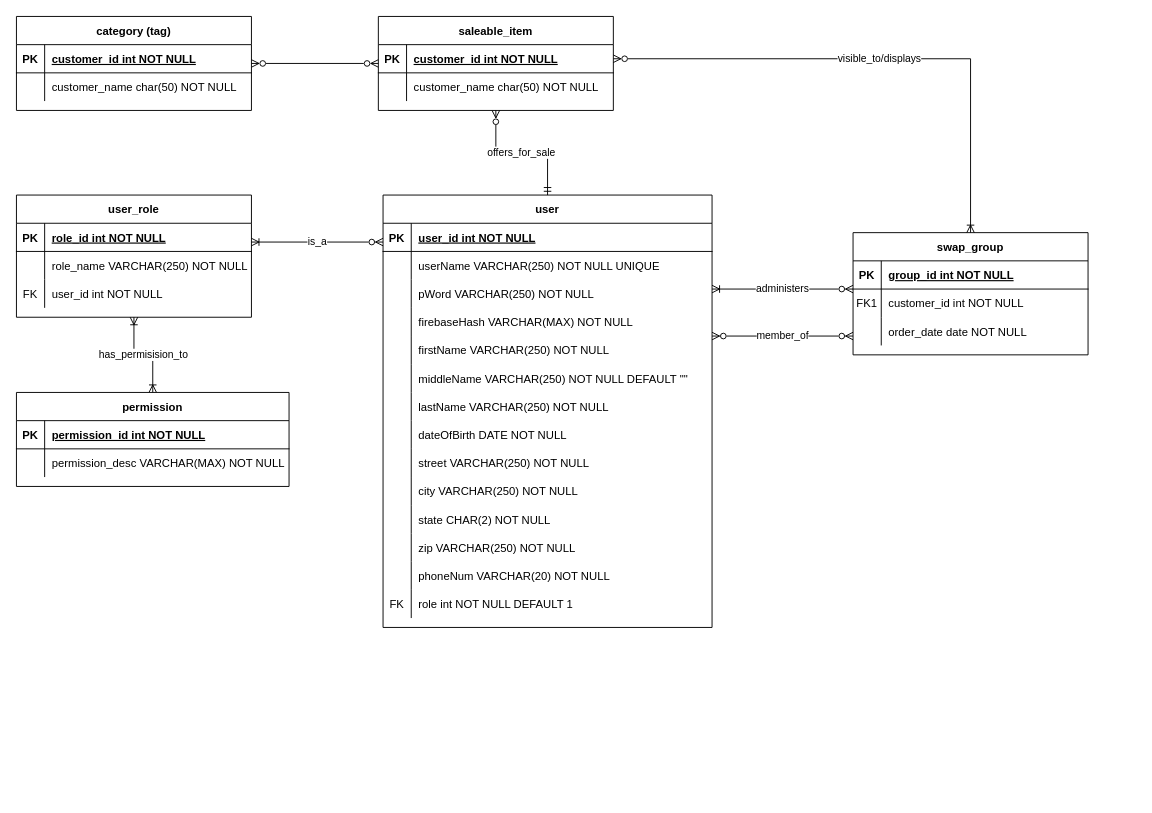
DragoDan7786/CSC490SeniorProject keeps this draw.io diagram as ERD.drawio. Above is the earlier version. Source tidied: cells renumbered, new cells numbered last; positions are measured from the earlier drawing's top-left corner, leaving out a move shared by most shapes. Both pictures are drawn from the tidied source at 94%, with x=0, y=0 at pixel (16, 16).
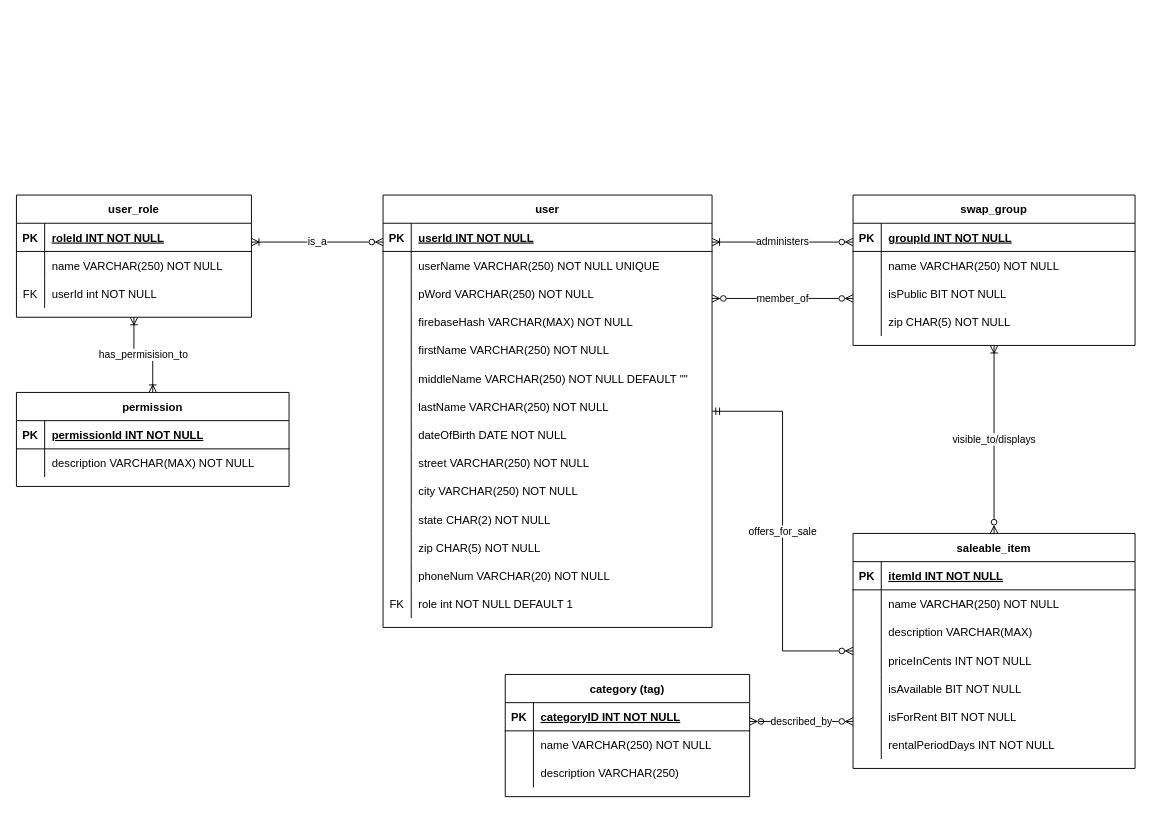
Above is the later version.

Unchanged cells that the change refers to:
```xml
<mxCell id="4" style="shape=partialRectangle;fillColor=none;top=0;left=0;right=0;bottom=1;" parent="3" vertex="1">
  <mxGeometry y="30" width="250" height="30" as="geometry" />
</mxCell>
<mxCell id="7" style="shape=partialRectangle;fillColor=none;top=0;left=0;right=0;bottom=0;" parent="3" vertex="1">
  <mxGeometry y="60" width="250" height="30" as="geometry" />
</mxCell>
<mxCell id="10" style="shape=partialRectangle;fillColor=none;top=0;left=0;right=0;bottom=0;" parent="3" vertex="1">
  <mxGeometry y="90" width="250" height="30" as="geometry" />
</mxCell>
<mxCell id="14" style="shape=partialRectangle;fillColor=none;top=0;left=0;right=0;bottom=1;" parent="13" vertex="1">
  <mxGeometry y="30" width="290" height="30" as="geometry" />
</mxCell>
<mxCell id="17" style="shape=partialRectangle;fillColor=none;top=0;left=0;right=0;bottom=0;" parent="13" vertex="1">
  <mxGeometry y="60" width="290" height="30" as="geometry" />
</mxCell>
<mxCell id="22" value="user" style="shape=table;startSize=30;childLayout=tableLayout;rowLines=0;fontStyle=1;align=center;" parent="1" vertex="1">
  <mxGeometry x="390" y="190" width="350" height="460" as="geometry" />
</mxCell>
<mxCell id="23" style="shape=partialRectangle;fillColor=none;top=0;left=0;right=0;bottom=1;" parent="22" vertex="1">
  <mxGeometry y="30" width="350" height="30" as="geometry" />
</mxCell>
<mxCell id="56" style="shape=partialRectangle;fillColor=none;top=0;left=0;right=0;bottom=0;" parent="22" vertex="1">
  <mxGeometry y="360" width="350" height="30" as="geometry" />
</mxCell>
```

Diff of the diagram source:
```diff
@@
-    <mxCell id="6" value="role_id int NOT NULL " style="shape=partialRectangle;overflow=hidden;fillColor=none;top=0;left=0;bottom=0;right=0;align=left;spacingLeft=6;fontStyle=5;" parent="4" vertex="1">
+    <mxCell id="6" value="roleId INT NOT NULL " style="shape=partialRectangle;overflow=hidden;fillColor=none;top=0;left=0;bottom=0;right=0;align=left;spacingLeft=6;fontStyle=5;" parent="4" vertex="1">
       <mxGeometry x="30" width="220" height="30" as="geometry" />
     </mxCell>
@@
-    <mxCell id="9" value="role_name VARCHAR(250) NOT NULL" style="shape=partialRectangle;overflow=hidden;fillColor=none;top=0;left=0;bottom=0;right=0;align=left;spacingLeft=6;" parent="7" vertex="1">
+    <mxCell id="9" value="name VARCHAR(250) NOT NULL" style="shape=partialRectangle;overflow=hidden;fillColor=none;top=0;left=0;bottom=0;right=0;align=left;spacingLeft=6;" parent="7" vertex="1">
       <mxGeometry x="30" width="220" height="30" as="geometry" />
     </mxCell>
@@
-    <mxCell id="12" value="user_id int NOT NULL" style="shape=partialRectangle;overflow=hidden;fillColor=none;top=0;left=0;bottom=0;right=0;align=left;spacingLeft=6;" parent="10" vertex="1">
+    <mxCell id="12" value="userId int NOT NULL" style="shape=partialRectangle;overflow=hidden;fillColor=none;top=0;left=0;bottom=0;right=0;align=left;spacingLeft=6;" parent="10" vertex="1">
       <mxGeometry x="30" width="220" height="30" as="geometry" />
     </mxCell>
@@
-    <mxCell id="16" value="permission_id int NOT NULL " style="shape=partialRectangle;overflow=hidden;fillColor=none;top=0;left=0;bottom=0;right=0;align=left;spacingLeft=6;fontStyle=5;" parent="14" vertex="1">
+    <mxCell id="16" value="permissionId INT NOT NULL " style="shape=partialRectangle;overflow=hidden;fillColor=none;top=0;left=0;bottom=0;right=0;align=left;spacingLeft=6;fontStyle=5;" parent="14" vertex="1">
       <mxGeometry x="30" width="260" height="30" as="geometry" />
     </mxCell>
@@
-    <mxCell id="19" value="permission_desc VARCHAR(MAX) NOT NULL" style="shape=partialRectangle;overflow=hidden;fillColor=none;top=0;left=0;bottom=0;right=0;align=left;spacingLeft=6;" parent="17" vertex="1">
+    <mxCell id="19" value="description VARCHAR(MAX) NOT NULL" style="shape=partialRectangle;overflow=hidden;fillColor=none;top=0;left=0;bottom=0;right=0;align=left;spacingLeft=6;" parent="17" vertex="1">
       <mxGeometry x="30" width="260" height="30" as="geometry" />
     </mxCell>
     <mxCell id="20" value="member_of" style="edgeStyle=orthogonalEdgeStyle;rounded=0;jettySize=auto;html=1;startArrow=ERzeroToMany;startFill=0;endArrow=ERzeroToMany;endFill=0;" parent="1" edge="1" source="22" target="73">
       <mxGeometry relative="1" as="geometry">
         <Array as="points">
-          <mxPoint x="820" y="340" />
-          <mxPoint x="820" y="340" />
+          <mxPoint x="810" y="300" />
+          <mxPoint x="810" y="300" />
         </Array>
       </mxGeometry>
     </mxCell>
     <mxCell id="21" value="administers" style="edgeStyle=orthogonalEdgeStyle;rounded=0;jettySize=auto;html=1;startArrow=ERoneToMany;startFill=0;endArrow=ERzeroToMany;endFill=0;" parent="1" edge="1" source="22" target="73">
       <mxGeometry relative="1" as="geometry">
         <Array as="points">
-          <mxPoint x="810" y="290" />
-          <mxPoint x="810" y="290" />
+          <mxPoint x="810" y="240" />
+          <mxPoint x="810" y="240" />
         </Array>
       </mxGeometry>
     </mxCell>
@@
-    <mxCell id="25" value="user_id int NOT NULL " style="shape=partialRectangle;overflow=hidden;fillColor=none;top=0;left=0;bottom=0;right=0;align=left;spacingLeft=6;fontStyle=5;" parent="23" vertex="1">
+    <mxCell id="25" value="userId INT NOT NULL " style="shape=partialRectangle;overflow=hidden;fillColor=none;top=0;left=0;bottom=0;right=0;align=left;spacingLeft=6;fontStyle=5;" parent="23" vertex="1">
       <mxGeometry x="30" width="320" height="30" as="geometry" />
     </mxCell>
@@
-    <mxCell id="58" value="zip VARCHAR(250) NOT NULL" style="shape=partialRectangle;overflow=hidden;fillColor=none;top=0;left=0;bottom=0;right=0;align=left;spacingLeft=6;" parent="56" vertex="1">
+    <mxCell id="58" value="zip CHAR(5) NOT NULL" style="shape=partialRectangle;overflow=hidden;fillColor=none;top=0;left=0;bottom=0;right=0;align=left;spacingLeft=6;" parent="56" vertex="1">
       <mxGeometry x="30" width="320" height="30" as="geometry" />
     </mxCell>
@@
-    <mxCell id="65" style="edgeStyle=orthogonalEdgeStyle;rounded=0;jettySize=auto;html=1;endArrow=ERzeroToMany;endFill=0;startArrow=ERzeroToMany;startFill=0;" parent="1" edge="1" source="66" target="85">
-      <mxGeometry relative="1" as="geometry" />
+    <mxCell id="65" value="described_by" style="edgeStyle=orthogonalEdgeStyle;rounded=0;jettySize=auto;html=1;endArrow=ERzeroToMany;endFill=0;startArrow=ERzeroToMany;startFill=0;" parent="1" edge="1" source="66" target="85">
+      <mxGeometry relative="1" as="geometry">
+        <Array as="points">
+          <mxPoint x="790" y="750" />
+          <mxPoint x="790" y="750" />
+        </Array>
+      </mxGeometry>
     </mxCell>
     <mxCell id="66" value="saleable_item" style="shape=table;startSize=30;childLayout=tableLayout;rowLines=0;fontStyle=1;align=center;" parent="1" vertex="1">
-      <mxGeometry x="385" width="250" height="100" as="geometry" />
+      <mxGeometry x="890" y="550" width="300" height="250" as="geometry" />
     </mxCell>
     <mxCell id="67" style="shape=partialRectangle;fillColor=none;points=[[0,0.5],[1,0.5]];portConstraint=eastwest;top=0;left=0;right=0;bottom=1;" parent="66" vertex="1">
-      <mxGeometry y="30" width="250" height="30" as="geometry" />
+      <mxGeometry y="30" width="300" height="30" as="geometry" />
     </mxCell>
@@
-    <mxCell id="69" value="customer_id int NOT NULL " style="shape=partialRectangle;overflow=hidden;fillColor=none;top=0;left=0;bottom=0;right=0;align=left;spacingLeft=6;fontStyle=5;" parent="67" vertex="1">
-      <mxGeometry x="30" width="220" height="30" as="geometry" />
+    <mxCell id="69" value="itemId INT NOT NULL " style="shape=partialRectangle;overflow=hidden;fillColor=none;top=0;left=0;bottom=0;right=0;align=left;spacingLeft=6;fontStyle=5;" parent="67" vertex="1">
+      <mxGeometry x="30" width="270" height="30" as="geometry" />
     </mxCell>
     <mxCell id="70" style="shape=partialRectangle;fillColor=none;top=0;left=0;right=0;bottom=0;" parent="66" vertex="1">
-      <mxGeometry y="60" width="250" height="30" as="geometry" />
+      <mxGeometry y="60" width="300" height="30" as="geometry" />
     </mxCell>
@@
-    <mxCell id="72" value="customer_name char(50) NOT NULL" style="shape=partialRectangle;overflow=hidden;fillColor=none;top=0;left=0;bottom=0;right=0;align=left;spacingLeft=6;" parent="70" vertex="1">
-      <mxGeometry x="30" width="220" height="30" as="geometry" />
+    <mxCell id="72" value="name VARCHAR(250) NOT NULL" style="shape=partialRectangle;overflow=hidden;fillColor=none;top=0;left=0;bottom=0;right=0;align=left;spacingLeft=6;" parent="70" vertex="1">
+      <mxGeometry x="30" width="270" height="30" as="geometry" />
     </mxCell>
+    <mxCell id="93" style="shape=partialRectangle;fillColor=none;top=0;left=0;right=0;bottom=0;" parent="66" vertex="1">
+      <mxGeometry y="90" width="300" height="30" as="geometry" />
+    </mxCell>
+    <mxCell id="94" style="shape=partialRectangle;overflow=hidden;fillColor=none;top=0;left=0;bottom=0;right=0;" parent="93" vertex="1">
+      <mxGeometry width="30" height="30" as="geometry" />
+    </mxCell>
+    <mxCell id="95" value="description VARCHAR(MAX)" style="shape=partialRectangle;overflow=hidden;fillColor=none;top=0;left=0;bottom=0;right=0;align=left;spacingLeft=6;" parent="93" vertex="1">
+      <mxGeometry x="30" width="270" height="30" as="geometry" />
+    </mxCell>
+    <mxCell id="96" style="shape=partialRectangle;fillColor=none;top=0;left=0;right=0;bottom=0;" parent="66" vertex="1">
+      <mxGeometry y="120" width="300" height="30" as="geometry" />
+    </mxCell>
+    <mxCell id="97" style="shape=partialRectangle;overflow=hidden;fillColor=none;top=0;left=0;bottom=0;right=0;" parent="96" vertex="1">
+      <mxGeometry width="30" height="30" as="geometry" />
+    </mxCell>
+    <mxCell id="98" value="priceInCents INT NOT NULL" style="shape=partialRectangle;overflow=hidden;fillColor=none;top=0;left=0;bottom=0;right=0;align=left;spacingLeft=6;" parent="96" vertex="1">
+      <mxGeometry x="30" width="270" height="30" as="geometry" />
+    </mxCell>
+    <mxCell id="99" style="shape=partialRectangle;fillColor=none;top=0;left=0;right=0;bottom=0;" parent="66" vertex="1">
+      <mxGeometry y="150" width="300" height="30" as="geometry" />
+    </mxCell>
+    <mxCell id="100" style="shape=partialRectangle;overflow=hidden;fillColor=none;top=0;left=0;bottom=0;right=0;" parent="99" vertex="1">
+      <mxGeometry width="30" height="30" as="geometry" />
+    </mxCell>
+    <mxCell id="101" value="isAvailable BIT NOT NULL" style="shape=partialRectangle;overflow=hidden;fillColor=none;top=0;left=0;bottom=0;right=0;align=left;spacingLeft=6;" parent="99" vertex="1">
+      <mxGeometry x="30" width="270" height="30" as="geometry" />
+    </mxCell>
+    <mxCell id="102" style="shape=partialRectangle;fillColor=none;top=0;left=0;right=0;bottom=0;" parent="66" vertex="1">
+      <mxGeometry y="180" width="300" height="30" as="geometry" />
+    </mxCell>
+    <mxCell id="103" style="shape=partialRectangle;overflow=hidden;fillColor=none;top=0;left=0;bottom=0;right=0;" parent="102" vertex="1">
+      <mxGeometry width="30" height="30" as="geometry" />
+    </mxCell>
+    <mxCell id="104" value="isForRent BIT NOT NULL" style="shape=partialRectangle;overflow=hidden;fillColor=none;top=0;left=0;bottom=0;right=0;align=left;spacingLeft=6;" parent="102" vertex="1">
+      <mxGeometry x="30" width="270" height="30" as="geometry" />
+    </mxCell>
+    <mxCell id="105" style="shape=partialRectangle;fillColor=none;top=0;left=0;right=0;bottom=0;" parent="66" vertex="1">
+      <mxGeometry y="210" width="300" height="30" as="geometry" />
+    </mxCell>
+    <mxCell id="106" style="shape=partialRectangle;overflow=hidden;fillColor=none;top=0;left=0;bottom=0;right=0;" parent="105" vertex="1">
+      <mxGeometry width="30" height="30" as="geometry" />
+    </mxCell>
+    <mxCell id="107" value="rentalPeriodDays INT NOT NULL" style="shape=partialRectangle;overflow=hidden;fillColor=none;top=0;left=0;bottom=0;right=0;align=left;spacingLeft=6;" parent="105" vertex="1">
+      <mxGeometry x="30" width="270" height="30" as="geometry" />
+    </mxCell>
     <mxCell id="73" value="swap_group" style="shape=table;startSize=30;childLayout=tableLayout;rowLines=0;fontStyle=1;align=center;" parent="1" vertex="1">
-      <mxGeometry x="890" y="230" width="250" height="130" as="geometry" />
+      <mxGeometry x="890" y="190" width="300" height="160" as="geometry" />
     </mxCell>
     <mxCell id="74" style="shape=partialRectangle;fillColor=none;top=0;left=0;right=0;bottom=1;" parent="73" vertex="1">
-      <mxGeometry y="30" width="250" height="30" as="geometry" />
+      <mxGeometry y="30" width="300" height="30" as="geometry" />
     </mxCell>
@@
-    <mxCell id="76" value="group_id int NOT NULL " style="shape=partialRectangle;overflow=hidden;fillColor=none;top=0;left=0;bottom=0;right=0;align=left;spacingLeft=6;fontStyle=5;" parent="74" vertex="1">
-      <mxGeometry x="30" width="220" height="30" as="geometry" />
+    <mxCell id="76" value="groupId INT NOT NULL " style="shape=partialRectangle;overflow=hidden;fillColor=none;top=0;left=0;bottom=0;right=0;align=left;spacingLeft=6;fontStyle=5;" parent="74" vertex="1">
+      <mxGeometry x="30" width="270" height="30" as="geometry" />
     </mxCell>
     <mxCell id="77" style="shape=partialRectangle;fillColor=none;top=0;left=0;right=0;bottom=0;" parent="73" vertex="1">
-      <mxGeometry y="60" width="250" height="30" as="geometry" />
+      <mxGeometry y="60" width="300" height="30" as="geometry" />
     </mxCell>
-    <mxCell id="78" value="FK1" style="shape=partialRectangle;overflow=hidden;fillColor=none;top=0;left=0;bottom=0;right=0;" parent="77" vertex="1">
+    <mxCell id="78" style="shape=partialRectangle;overflow=hidden;fillColor=none;top=0;left=0;bottom=0;right=0;" parent="77" vertex="1">
       <mxGeometry width="30" height="30" as="geometry" />
     </mxCell>
-    <mxCell id="79" value="customer_id int NOT NULL" style="shape=partialRectangle;overflow=hidden;fillColor=none;top=0;left=0;bottom=0;right=0;align=left;spacingLeft=6;" parent="77" vertex="1">
-      <mxGeometry x="30" width="220" height="30" as="geometry" />
+    <mxCell id="79" value="name VARCHAR(250) NOT NULL" style="shape=partialRectangle;overflow=hidden;fillColor=none;top=0;left=0;bottom=0;right=0;align=left;spacingLeft=6;" parent="77" vertex="1">
+      <mxGeometry x="30" width="270" height="30" as="geometry" />
     </mxCell>
-    <mxCell id="80" style="shape=partialRectangle;fillColor=none;top=0;left=0;right=0;bottom=0;" parent="73" vertex="1">
-      <mxGeometry y="90" width="250" height="30" as="geometry" />
-    </mxCell>
-    <mxCell id="81" style="shape=partialRectangle;overflow=hidden;fillColor=none;top=0;left=0;bottom=0;right=0;" parent="80" vertex="1">
-      <mxGeometry width="30" height="30" as="geometry" />
-    </mxCell>
-    <mxCell id="82" value="order_date date NOT NULL" style="shape=partialRectangle;overflow=hidden;fillColor=none;top=0;left=0;bottom=0;right=0;align=left;spacingLeft=6;" parent="80" vertex="1">
-      <mxGeometry x="30" width="220" height="30" as="geometry" />
-    </mxCell>
+    <mxCell id="108" style="shape=partialRectangle;fillColor=none;top=0;left=0;right=0;bottom=0;" parent="73" vertex="1">
+      <mxGeometry y="90" width="300" height="30" as="geometry" />
+    </mxCell>
+    <mxCell id="109" style="shape=partialRectangle;overflow=hidden;fillColor=none;top=0;left=0;bottom=0;right=0;" parent="108" vertex="1">
+      <mxGeometry width="30" height="30" as="geometry" />
+    </mxCell>
+    <mxCell id="110" value="isPublic BIT NOT NULL" style="shape=partialRectangle;overflow=hidden;fillColor=none;top=0;left=0;bottom=0;right=0;align=left;spacingLeft=6;" parent="108" vertex="1">
+      <mxGeometry x="30" width="270" height="30" as="geometry" />
+    </mxCell>
+    <mxCell id="111" style="shape=partialRectangle;fillColor=none;top=0;left=0;right=0;bottom=0;" parent="73" vertex="1">
+      <mxGeometry y="120" width="300" height="30" as="geometry" />
+    </mxCell>
+    <mxCell id="112" style="shape=partialRectangle;overflow=hidden;fillColor=none;top=0;left=0;bottom=0;right=0;" parent="111" vertex="1">
+      <mxGeometry width="30" height="30" as="geometry" />
+    </mxCell>
+    <mxCell id="113" value="zip CHAR(5) NOT NULL" style="shape=partialRectangle;overflow=hidden;fillColor=none;top=0;left=0;bottom=0;right=0;align=left;spacingLeft=6;" parent="111" vertex="1">
+      <mxGeometry x="30" width="270" height="30" as="geometry" />
+    </mxCell>
@@
     <mxCell id="85" value="category (tag)" style="shape=table;startSize=30;childLayout=tableLayout;rowLines=0;fontStyle=1;align=center;" parent="1" vertex="1">
-      <mxGeometry width="250" height="100" as="geometry" />
+      <mxGeometry x="520" y="700" width="260" height="130" as="geometry" />
     </mxCell>
     <mxCell id="86" style="shape=partialRectangle;fillColor=none;top=0;left=0;right=0;bottom=1;" parent="85" vertex="1">
-      <mxGeometry y="30" width="250" height="30" as="geometry" />
+      <mxGeometry y="30" width="260" height="30" as="geometry" />
     </mxCell>
@@
-    <mxCell id="88" value="customer_id int NOT NULL " style="shape=partialRectangle;overflow=hidden;fillColor=none;top=0;left=0;bottom=0;right=0;align=left;spacingLeft=6;fontStyle=5;" parent="86" vertex="1">
-      <mxGeometry x="30" width="220" height="30" as="geometry" />
+    <mxCell id="88" value="categoryID INT NOT NULL " style="shape=partialRectangle;overflow=hidden;fillColor=none;top=0;left=0;bottom=0;right=0;align=left;spacingLeft=6;fontStyle=5;" parent="86" vertex="1">
+      <mxGeometry x="30" width="230" height="30" as="geometry" />
     </mxCell>
     <mxCell id="89" style="shape=partialRectangle;fillColor=none;top=0;left=0;right=0;bottom=0;" parent="85" vertex="1">
-      <mxGeometry y="60" width="250" height="30" as="geometry" />
+      <mxGeometry y="60" width="260" height="30" as="geometry" />
     </mxCell>
@@
-    <mxCell id="91" value="customer_name char(50) NOT NULL" style="shape=partialRectangle;overflow=hidden;fillColor=none;top=0;left=0;bottom=0;right=0;align=left;spacingLeft=6;" parent="89" vertex="1">
-      <mxGeometry x="30" width="220" height="30" as="geometry" />
+    <mxCell id="91" value="name VARCHAR(250) NOT NULL" style="shape=partialRectangle;overflow=hidden;fillColor=none;top=0;left=0;bottom=0;right=0;align=left;spacingLeft=6;" parent="89" vertex="1">
+      <mxGeometry x="30" width="230" height="30" as="geometry" />
     </mxCell>
+    <mxCell id="114" style="shape=partialRectangle;fillColor=none;top=0;left=0;right=0;bottom=0;" parent="85" vertex="1">
+      <mxGeometry y="90" width="260" height="30" as="geometry" />
+    </mxCell>
+    <mxCell id="115" style="shape=partialRectangle;overflow=hidden;fillColor=none;top=0;left=0;bottom=0;right=0;" parent="114" vertex="1">
+      <mxGeometry width="30" height="30" as="geometry" />
+    </mxCell>
+    <mxCell id="116" value="description VARCHAR(250)" style="shape=partialRectangle;overflow=hidden;fillColor=none;top=0;left=0;bottom=0;right=0;align=left;spacingLeft=6;" parent="114" vertex="1">
+      <mxGeometry x="30" width="230" height="30" as="geometry" />
+    </mxCell>
-    <mxCell id="92" value="visible_to/displays" style="edgeStyle=orthogonalEdgeStyle;rounded=0;jettySize=auto;html=1;endArrow=ERoneToMany;endFill=0;startArrow=ERzeroToMany;startFill=0;" parent="1" edge="1" source="67" target="73">
+    <mxCell id="92" value="visible_to/displays" style="edgeStyle=orthogonalEdgeStyle;rounded=0;jettySize=auto;html=1;endArrow=ERoneToMany;endFill=0;startArrow=ERzeroToMany;startFill=0;" parent="1" edge="1" source="66" target="73">
       <mxGeometry relative="1" as="geometry" />
     </mxCell>
```
